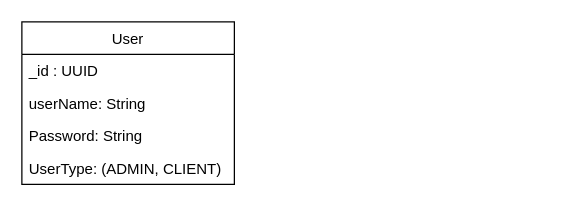
Before: ManageUser.drawio in quannguyen1999/manage-disks, a draw.io diagram. Source tidied: cells renumbered, new cells numbered last; positions are measured from the earlier drawing's top-left corner, leaving out a move shared by most shapes. Both pictures are drawn from the tidied source at 125%, with x=0, y=0 at pixel (21, 21).
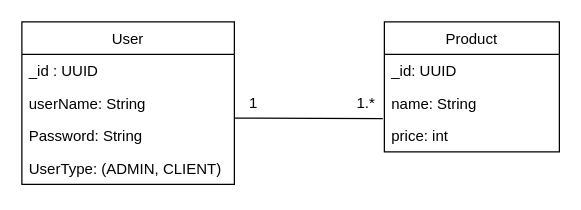
Above is the later version.

Change to the diagram source:
```diff
@@
 <mxGraphModel>
   <root>
     <mxCell id="0" />
     <mxCell id="1" parent="0" />
     <mxCell id="2" value="User" style="swimlane;fontStyle=0;horizontal=1;startSize=26;fillColor=none;" parent="1" vertex="1">
       <mxGeometry width="170" height="130" as="geometry" />
     </mxCell>
     <mxCell id="3" value="_id : UUID" style="text;strokeColor=none;fillColor=none;align=left;verticalAlign=top;spacingLeft=4;spacingRight=4;overflow=hidden;" parent="2" vertex="1">
       <mxGeometry y="26" width="170" height="26" as="geometry" />
     </mxCell>
     <mxCell id="4" value="userName: String" style="text;strokeColor=none;fillColor=none;align=left;verticalAlign=top;spacingLeft=4;spacingRight=4;overflow=hidden;" parent="2" vertex="1">
       <mxGeometry y="52" width="170" height="26" as="geometry" />
     </mxCell>
     <mxCell id="5" value="Password: String" style="text;strokeColor=none;fillColor=none;align=left;verticalAlign=top;spacingLeft=4;spacingRight=4;overflow=hidden;" parent="2" vertex="1">
       <mxGeometry y="78" width="170" height="26" as="geometry" />
     </mxCell>
     <mxCell id="6" value="UserType: (ADMIN, CLIENT)" style="text;strokeColor=none;fillColor=none;align=left;verticalAlign=top;spacingLeft=4;spacingRight=4;overflow=hidden;" parent="2" vertex="1">
       <mxGeometry y="104" width="170" height="26" as="geometry" />
     </mxCell>
+    <mxCell id="7" value="Product" style="swimlane;fontStyle=0;horizontal=1;startSize=26;fillColor=none;" parent="1" vertex="1">
+      <mxGeometry x="290" width="140" height="104" as="geometry" />
+    </mxCell>
+    <mxCell id="8" value="_id: UUID" style="text;strokeColor=none;fillColor=none;align=left;verticalAlign=top;spacingLeft=4;spacingRight=4;overflow=hidden;" parent="7" vertex="1">
+      <mxGeometry y="26" width="140" height="26" as="geometry" />
+    </mxCell>
+    <mxCell id="9" value="name: String" style="text;strokeColor=none;fillColor=none;align=left;verticalAlign=top;spacingLeft=4;spacingRight=4;overflow=hidden;points=[[0,0.5],[1,0.5]];portConstraint=eastwest;" parent="7" vertex="1">
+      <mxGeometry y="52" width="140" height="26" as="geometry" />
+    </mxCell>
+    <mxCell id="10" value="price: int" style="text;strokeColor=none;fillColor=none;align=left;verticalAlign=top;spacingLeft=4;spacingRight=4;overflow=hidden;" parent="7" vertex="1">
+      <mxGeometry y="78" width="140" height="26" as="geometry" />
+    </mxCell>
+    <mxCell id="11" style="endArrow=none;html=1;entryX=-0.009;entryY=0.977;entryDx=0;entryDy=0;entryPerimeter=0;" parent="1" edge="1" target="9">
+      <mxGeometry relative="1" as="geometry">
+        <mxPoint x="170" y="77" as="sourcePoint" />
+      </mxGeometry>
+    </mxCell>
+    <mxCell id="12" value="1.*" style="text;html=1;align=center;verticalAlign=middle;" parent="1" vertex="1">
+      <mxGeometry x="260" y="55" width="30" height="20" as="geometry" />
+    </mxCell>
+    <mxCell id="13" value="1" style="text;html=1;align=center;verticalAlign=middle;" parent="1" vertex="1">
+      <mxGeometry x="175" y="55" width="20" height="20" as="geometry" />
+    </mxCell>
   </root>
 </mxGraphModel>
```
